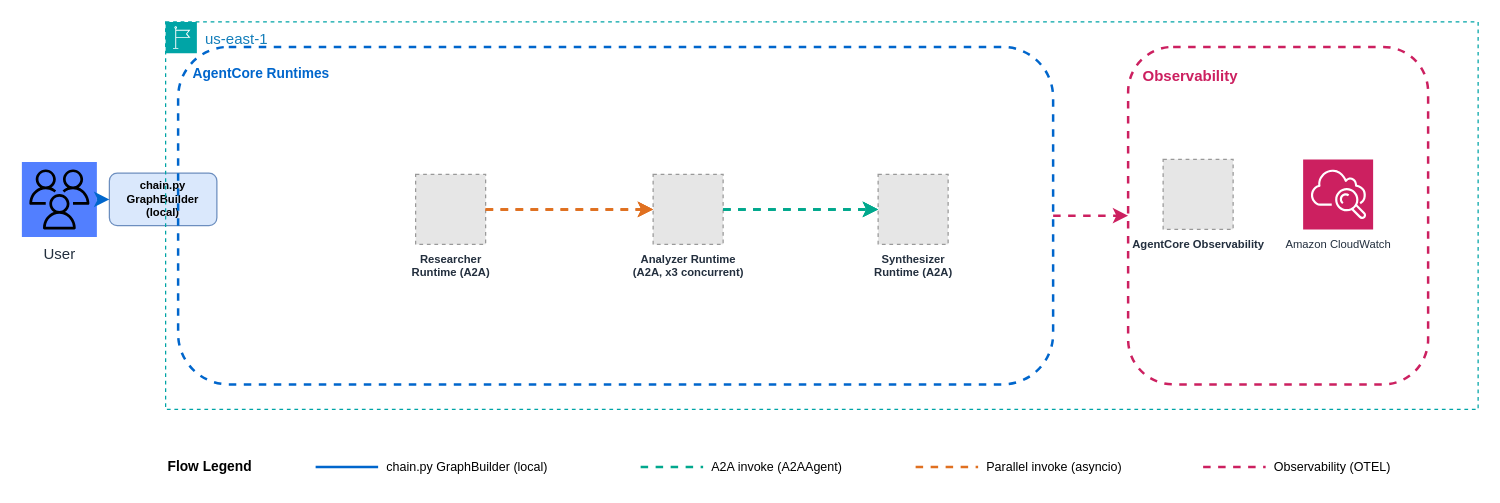
The draw.io diagram samples/04-parallel-fork-join/production/architecture.drawio in aws-samples/sample-multi-agent-systems-with-strands-workshop, before the edit. Source tidied: cells renumbered, new cells numbered last; positions are measured from the earlier drawing's top-left corner, leaving out a move shared by most shapes. Both pictures are drawn from the tidied source at 125%, with x=0, y=0 at pixel (21, 21). Pictures stored in the file or linked from it are replaced by grey dashed boxes.
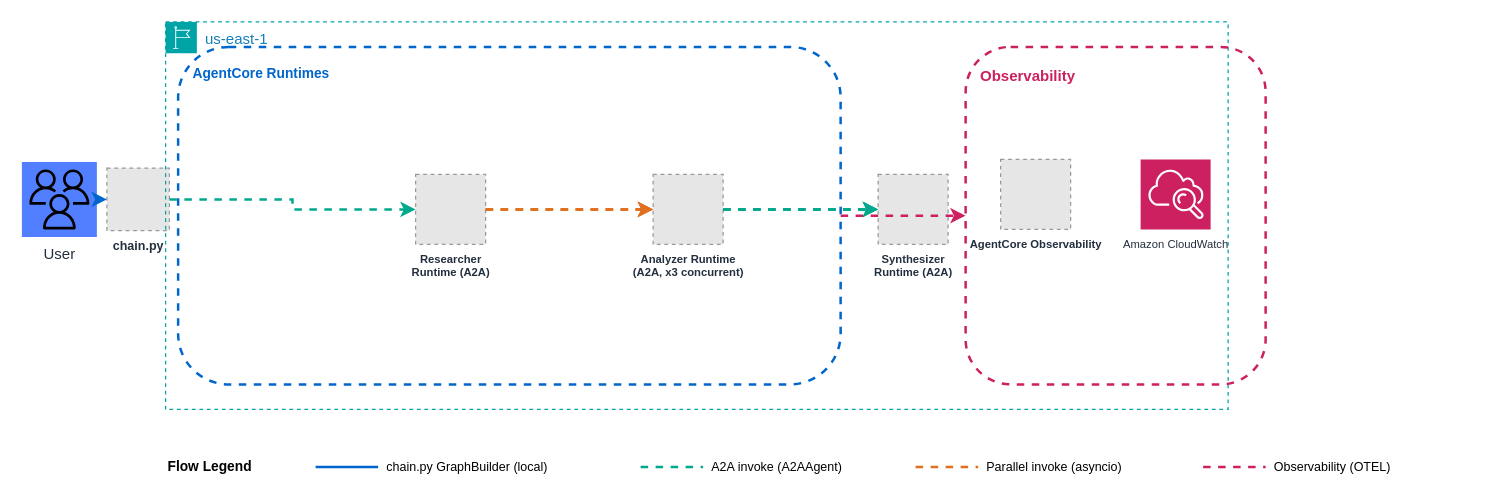
The same page after the edit.

Commit message (it also covers changes not shown here):
Production architecture diagrams: Python logo for chain.py, fix arrow routing, compact layouts

The change refers to these unchanged cells:
```xml
<mxCell id="6" value="Researcher&lt;div&gt;Runtime (A2A)&lt;/div&gt;" style="fillColor=#E6E6E6;strokeColor=#999999;dashed=1;html=1;verticalLabelPosition=bottom;labelBackgroundColor=none;verticalAlign=top;fontSize=9;fontStyle=1;fontColor=#232F3E;" parent="4" vertex="1">
  <mxGeometry x="200" y="122" width="56" height="56" as="geometry" />
</mxCell>
```

Change to the diagram source:
```diff
@@
-    <mxCell id="2" value="chain.py&lt;div&gt;GraphBuilder (local)&lt;/div&gt;" style="rounded=1;whiteSpace=wrap;html=1;fillColor=#dae8fc;strokeColor=#6c8ebf;fontSize=9;fontStyle=1;verticalAlign=middle;" parent="1" vertex="1">
-      <mxGeometry x="70" y="121" width="86" height="42" as="geometry" />
+    <mxCell id="2" value="chain.py" style="fillColor=#E6E6E6;strokeColor=#999999;dashed=1;html=1;verticalLabelPosition=bottom;labelBackgroundColor=none;verticalAlign=top;align=center;fontSize=10;fontStyle=1;fontColor=#232F3E;" parent="1" vertex="1">
+      <mxGeometry x="68" y="117" width="50" height="50" as="geometry" />
     </mxCell>
@@
     <mxCell id="4" value="us-east-1" style="gradientColor=none;html=1;whiteSpace=wrap;fontSize=12;fontStyle=0;shape=mxgraph.aws4.group;grIcon=mxgraph.aws4.group_region;strokeColor=#00A4A6;fillColor=none;verticalAlign=top;align=left;spacingLeft=30;fontColor=#147EBA;dashed=1;" parent="1" vertex="1">
-      <mxGeometry x="115" width="1050" height="310" as="geometry" />
+      <mxGeometry x="115" width="850" height="310" as="geometry" />
     </mxCell>
     <mxCell id="5" value="AgentCore Runtimes" style="rounded=1;whiteSpace=wrap;html=1;fillColor=none;strokeColor=#0066CC;strokeWidth=2;dashed=1;fontSize=11;fontStyle=1;fontColor=#0066CC;verticalAlign=top;align=left;spacingLeft=10;spacingTop=8;" parent="4" vertex="1">
-      <mxGeometry x="10" y="20" width="700" height="270" as="geometry" />
+      <mxGeometry x="10" y="20" width="530" height="270" as="geometry" />
     </mxCell>
@@
     <mxCell id="9" value="Observability" style="rounded=1;whiteSpace=wrap;html=1;fillColor=none;strokeColor=#CC2060;strokeWidth=2;dashed=1;fontSize=12;fontStyle=1;fontColor=#CC2060;verticalAlign=top;align=left;spacingLeft=10;spacingTop=10;" parent="4" vertex="1">
-      <mxGeometry x="770" y="20" width="240" height="270" as="geometry" />
+      <mxGeometry x="640" y="20" width="240" height="270" as="geometry" />
     </mxCell>
     <mxCell id="10" value="AgentCore Observability" style="fillColor=#E6E6E6;strokeColor=#999999;dashed=1;html=1;verticalLabelPosition=bottom;labelBackgroundColor=none;verticalAlign=top;fontSize=9;fontStyle=1;fontColor=#232F3E;" parent="4" vertex="1">
-      <mxGeometry x="798" y="110" width="56" height="56" as="geometry" />
+      <mxGeometry x="668" y="110" width="56" height="56" as="geometry" />
     </mxCell>
     <mxCell id="11" value="Amazon CloudWatch" style="sketch=0;fontColor=#232F3E;fillColor=#CC2060;strokeColor=#ffffff;dashed=0;verticalLabelPosition=bottom;verticalAlign=top;align=center;html=1;fontSize=9;fontStyle=0;shape=mxgraph.aws4.resourceIcon;resIcon=mxgraph.aws4.cloudwatch;" parent="4" vertex="1">
-      <mxGeometry x="910" y="110" width="56" height="56" as="geometry" />
+      <mxGeometry x="780" y="110" width="56" height="56" as="geometry" />
     </mxCell>
@@
-    <mxCell id="13" style="edgeStyle=orthogonalEdgeStyle;rounded=0;jettySize=auto;html=1;strokeColor=#01A88D;strokeWidth=2;flowAnimation=1;dashed=1;exitX=1;exitY=0.5;exitDx=0;exitDy=0;entryX=0;entryY=0.5;entryDx=0;entryDy=0;" parent="1" edge="1" target="6">
+    <mxCell id="13" style="edgeStyle=orthogonalEdgeStyle;rounded=0;jettySize=auto;html=1;strokeColor=#01A88D;strokeWidth=2;flowAnimation=1;dashed=1;exitX=1;exitY=0.5;exitDx=0;exitDy=0;entryX=0;entryY=0.5;entryDx=0;entryDy=0;" parent="1" edge="1" source="2" target="6">
       <mxGeometry relative="1" as="geometry" />
     </mxCell>
```
